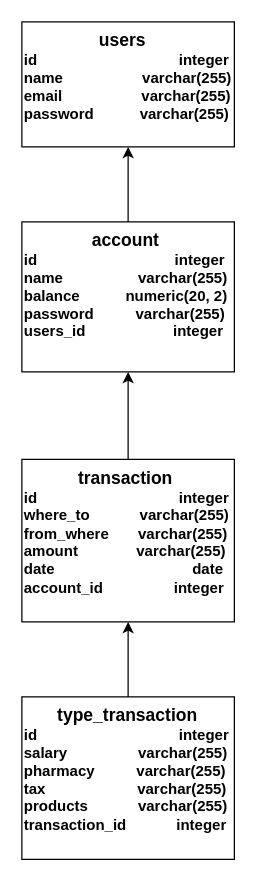
shahenh/gitakan keeps this draw.io diagram as Untitled Diagram.drawio. Above is the earlier version. Source tidied: cells renumbered, new cells numbered last; positions are measured from the earlier drawing's top-left corner, leaving out a move shared by most shapes. Both pictures are drawn from the tidied source at 125%, with x=0, y=0 at pixel (21, 21).
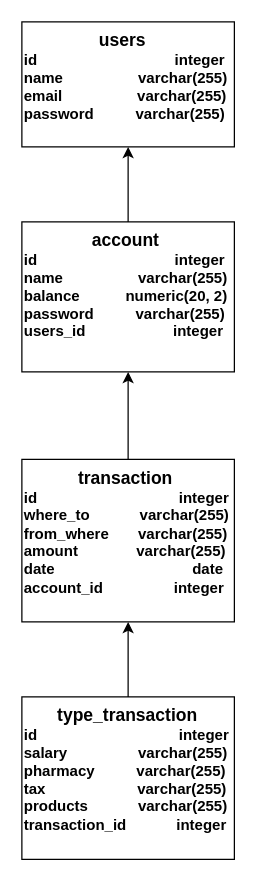
The same page after the edit.

Diff of the diagram source:
```diff
@@
 <mxGraphModel>
   <root>
     <mxCell id="0" />
     <mxCell id="1" parent="0" />
-    <mxCell id="2" value="&lt;b&gt;&lt;font&gt;&amp;nbsp; &amp;nbsp; &amp;nbsp; &amp;nbsp; &amp;nbsp; &amp;nbsp; &amp;nbsp; &amp;nbsp; &amp;nbsp; &lt;font style=&quot;font-size: 14px&quot;&gt;users&lt;/font&gt;&lt;br&gt;id&amp;nbsp; &amp;nbsp; &amp;nbsp; &amp;nbsp; &amp;nbsp; &amp;nbsp; &amp;nbsp; &amp;nbsp; &amp;nbsp; &amp;nbsp; &amp;nbsp; &amp;nbsp; &amp;nbsp; &amp;nbsp; &amp;nbsp; &amp;nbsp; &amp;nbsp; integer&lt;br&gt;name&amp;nbsp; &amp;nbsp; &amp;nbsp; &amp;nbsp; &amp;nbsp; &amp;nbsp; &amp;nbsp; &amp;nbsp; &amp;nbsp; &amp;nbsp;varchar(255)&lt;br&gt;&lt;/font&gt;&lt;/b&gt;&lt;b&gt;&lt;font&gt;email&amp;nbsp; &amp;nbsp; &amp;nbsp; &amp;nbsp; &amp;nbsp; &amp;nbsp; &amp;nbsp; &amp;nbsp; &amp;nbsp; &amp;nbsp;varchar(255)&lt;br&gt;password&amp;nbsp; &amp;nbsp; &amp;nbsp; &amp;nbsp; &amp;nbsp; &amp;nbsp;&lt;/font&gt;&lt;/b&gt;&lt;b&gt;varchar(255)&lt;/b&gt;&lt;b&gt;&lt;font&gt;&lt;br&gt;&lt;/font&gt;&lt;/b&gt;&lt;b&gt;&lt;font&gt;&lt;br&gt;&lt;br&gt;&lt;/font&gt;&lt;/b&gt;" style="rounded=0;whiteSpace=wrap;html=1;horizontal=1;verticalAlign=top;align=left;" parent="1" vertex="1">
+    <mxCell id="2" value="&lt;b&gt;&lt;font&gt;&amp;nbsp; &amp;nbsp; &amp;nbsp; &amp;nbsp; &amp;nbsp; &amp;nbsp; &amp;nbsp; &amp;nbsp; &amp;nbsp; &lt;font style=&quot;font-size: 14px&quot;&gt;users&lt;/font&gt;&lt;br&gt;id&amp;nbsp; &amp;nbsp; &amp;nbsp; &amp;nbsp; &amp;nbsp; &amp;nbsp; &amp;nbsp; &amp;nbsp; &amp;nbsp; &amp;nbsp; &amp;nbsp; &amp;nbsp; &amp;nbsp; &amp;nbsp; &amp;nbsp; &amp;nbsp; &amp;nbsp;integer&lt;br&gt;name&amp;nbsp; &amp;nbsp; &amp;nbsp; &amp;nbsp; &amp;nbsp; &amp;nbsp; &amp;nbsp; &amp;nbsp; &amp;nbsp; varchar(255)&lt;br&gt;&lt;/font&gt;&lt;/b&gt;&lt;b&gt;&lt;font&gt;email&amp;nbsp; &amp;nbsp; &amp;nbsp; &amp;nbsp; &amp;nbsp; &amp;nbsp; &amp;nbsp; &amp;nbsp; &amp;nbsp; varchar(255)&lt;br&gt;password&amp;nbsp; &amp;nbsp; &amp;nbsp; &amp;nbsp; &amp;nbsp;&amp;nbsp;&lt;/font&gt;&lt;/b&gt;&lt;b&gt;varchar(255)&lt;/b&gt;&lt;b&gt;&lt;font&gt;&lt;br&gt;&lt;/font&gt;&lt;/b&gt;&lt;b&gt;&lt;font&gt;&lt;br&gt;&lt;br&gt;&lt;/font&gt;&lt;/b&gt;" style="rounded=0;whiteSpace=wrap;html=1;horizontal=1;verticalAlign=top;align=left;" parent="1" vertex="1">
       <mxGeometry width="170" height="100" as="geometry" />
     </mxCell>
     <mxCell id="3" value="&lt;b&gt;&lt;font style=&quot;font-size: 14px&quot;&gt;&amp;nbsp; &amp;nbsp; &amp;nbsp; &amp;nbsp; &amp;nbsp; &amp;nbsp; &amp;nbsp; account&lt;/font&gt;&lt;br&gt;id&amp;nbsp; &amp;nbsp; &amp;nbsp; &amp;nbsp; &amp;nbsp; &amp;nbsp; &amp;nbsp; &amp;nbsp; &amp;nbsp; &amp;nbsp; &amp;nbsp; &amp;nbsp; &amp;nbsp; &amp;nbsp; &amp;nbsp; &amp;nbsp; &amp;nbsp;integer&lt;br&gt;name&amp;nbsp; &amp;nbsp; &amp;nbsp; &amp;nbsp; &amp;nbsp; &amp;nbsp; &amp;nbsp; &amp;nbsp; &amp;nbsp; varchar(255)&lt;br&gt;&lt;/b&gt;&lt;b&gt;balance&amp;nbsp; &amp;nbsp; &amp;nbsp; &amp;nbsp; &amp;nbsp; &amp;nbsp;numeric(20, 2)&lt;br&gt;password&amp;nbsp; &amp;nbsp; &amp;nbsp; &amp;nbsp; &amp;nbsp;&amp;nbsp;&lt;/b&gt;&lt;b&gt;varchar(255)&lt;br&gt;&lt;/b&gt;&lt;b&gt;users_id&amp;nbsp; &amp;nbsp; &amp;nbsp; &amp;nbsp; &amp;nbsp; &amp;nbsp; &amp;nbsp; &amp;nbsp; &amp;nbsp; &amp;nbsp; &amp;nbsp;integer&lt;br&gt;&lt;/b&gt;&lt;b&gt;&lt;br&gt;&lt;/b&gt;" style="rounded=0;whiteSpace=wrap;html=1;align=left;verticalAlign=top;" parent="1" vertex="1">
       <mxGeometry y="160" width="170" height="120" as="geometry" />
     </mxCell>
     <mxCell id="4" value="&lt;b&gt;&lt;font&gt;&amp;nbsp; &amp;nbsp; &amp;nbsp; &amp;nbsp; &lt;font style=&quot;font-size: 14px&quot;&gt;type_transaction&lt;/font&gt;&lt;/font&gt;&lt;br&gt;id&amp;nbsp; &amp;nbsp; &amp;nbsp; &amp;nbsp; &amp;nbsp; &amp;nbsp; &amp;nbsp; &amp;nbsp; &amp;nbsp; &amp;nbsp; &amp;nbsp; &amp;nbsp; &amp;nbsp; &amp;nbsp; &amp;nbsp; &amp;nbsp; &amp;nbsp; integer&lt;br&gt;salary&amp;nbsp; &amp;nbsp; &amp;nbsp; &amp;nbsp; &amp;nbsp; &amp;nbsp; &amp;nbsp; &amp;nbsp; &amp;nbsp;varchar(255)&lt;br&gt;&lt;/b&gt;&lt;b&gt;pharmacy&amp;nbsp; &amp;nbsp; &amp;nbsp; &amp;nbsp; &amp;nbsp; &lt;/b&gt;&lt;b&gt;varchar(255)&lt;/b&gt;&lt;b&gt;&lt;br&gt;tax&amp;nbsp; &amp;nbsp; &amp;nbsp; &amp;nbsp; &amp;nbsp; &amp;nbsp; &amp;nbsp; &amp;nbsp; &amp;nbsp; &amp;nbsp; &amp;nbsp;&amp;nbsp;&lt;/b&gt;&lt;b&gt;varchar(255)&lt;br&gt;&lt;/b&gt;&lt;b&gt;products&amp;nbsp; &amp;nbsp; &amp;nbsp; &amp;nbsp; &amp;nbsp; &amp;nbsp;&amp;nbsp;&lt;/b&gt;&lt;b&gt;varchar(255)&lt;br&gt;transaction_id&amp;nbsp; &amp;nbsp; &amp;nbsp; &amp;nbsp; &amp;nbsp; &amp;nbsp; integer&amp;nbsp;&lt;br&gt;&lt;/b&gt;" style="rounded=0;whiteSpace=wrap;html=1;align=left;verticalAlign=top;" parent="1" vertex="1">
       <mxGeometry y="540" width="170" height="130" as="geometry" />
     </mxCell>
     <mxCell id="5" value="&lt;b&gt;&lt;font&gt;&amp;nbsp; &amp;nbsp; &amp;nbsp; &amp;nbsp; &amp;nbsp; &amp;nbsp; &amp;nbsp;&lt;font style=&quot;font-size: 14px&quot;&gt;transaction&lt;/font&gt;&lt;/font&gt;&lt;br&gt;id&amp;nbsp; &amp;nbsp; &amp;nbsp; &amp;nbsp; &amp;nbsp; &amp;nbsp; &amp;nbsp; &amp;nbsp; &amp;nbsp; &amp;nbsp; &amp;nbsp; &amp;nbsp; &amp;nbsp; &amp;nbsp; &amp;nbsp; &amp;nbsp; &amp;nbsp; integer&lt;br&gt;where_to&amp;nbsp; &amp;nbsp; &amp;nbsp; &amp;nbsp; &amp;nbsp; &amp;nbsp; varchar(255)&lt;br&gt;&lt;/b&gt;&lt;b&gt;from_where&amp;nbsp; &amp;nbsp; &amp;nbsp; &amp;nbsp;&lt;/b&gt;&lt;b&gt;varchar(255)&lt;/b&gt;&lt;b&gt;&lt;br&gt;amount&amp;nbsp; &amp;nbsp; &amp;nbsp; &amp;nbsp; &amp;nbsp; &amp;nbsp; &amp;nbsp;&amp;nbsp;&lt;/b&gt;&lt;b&gt;varchar(255)&lt;br&gt;&lt;/b&gt;&lt;b&gt;date&amp;nbsp; &amp;nbsp; &amp;nbsp; &amp;nbsp; &amp;nbsp; &amp;nbsp; &amp;nbsp; &amp;nbsp; &amp;nbsp; &amp;nbsp; &amp;nbsp; &amp;nbsp; &amp;nbsp; &amp;nbsp; &amp;nbsp; &amp;nbsp; &amp;nbsp;&lt;/b&gt;&lt;b&gt;date&lt;br&gt;account_id&amp;nbsp; &amp;nbsp; &amp;nbsp; &amp;nbsp; &amp;nbsp; &amp;nbsp; &amp;nbsp; &amp;nbsp; &amp;nbsp;integer&amp;nbsp;&lt;/b&gt;" style="rounded=0;whiteSpace=wrap;html=1;align=left;verticalAlign=top;" parent="1" vertex="1">
       <mxGeometry y="350" width="170" height="130" as="geometry" />
     </mxCell>
     <mxCell id="6" style="endArrow=classic;html=1;exitX=0.5;exitY=0;exitDx=0;exitDy=0;" parent="1" edge="1" source="3" target="2">
       <mxGeometry relative="1" as="geometry" />
     </mxCell>
     <mxCell id="7" style="endArrow=classic;html=1;exitX=0.5;exitY=0;exitDx=0;exitDy=0;entryX=0.5;entryY=1;entryDx=0;entryDy=0;" parent="1" edge="1" source="5" target="3">
       <mxGeometry relative="1" as="geometry" />
     </mxCell>
     <mxCell id="8" style="endArrow=classic;html=1;entryX=0.5;entryY=1;entryDx=0;entryDy=0;exitX=0.5;exitY=0;exitDx=0;exitDy=0;" parent="1" edge="1" source="4" target="5">
       <mxGeometry relative="1" as="geometry" />
     </mxCell>
   </root>
 </mxGraphModel>
```
